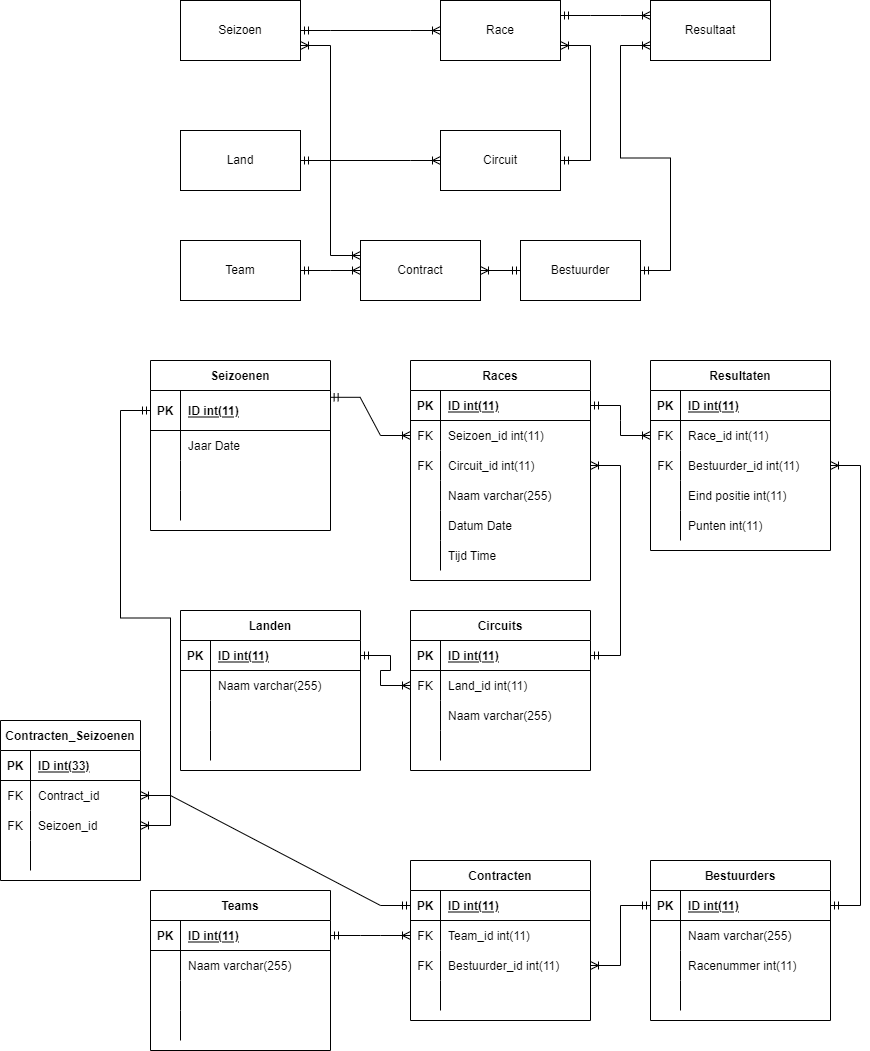
PeterVanKampen7/AO-B7-ERD keeps this draw.io diagram as F1 ERD.drawio.png. Above is the earlier version. Source tidied: cells renumbered, new cells last; positions are measured from the earlier drawing's top-left corner, leaving out a move shared by most shapes.
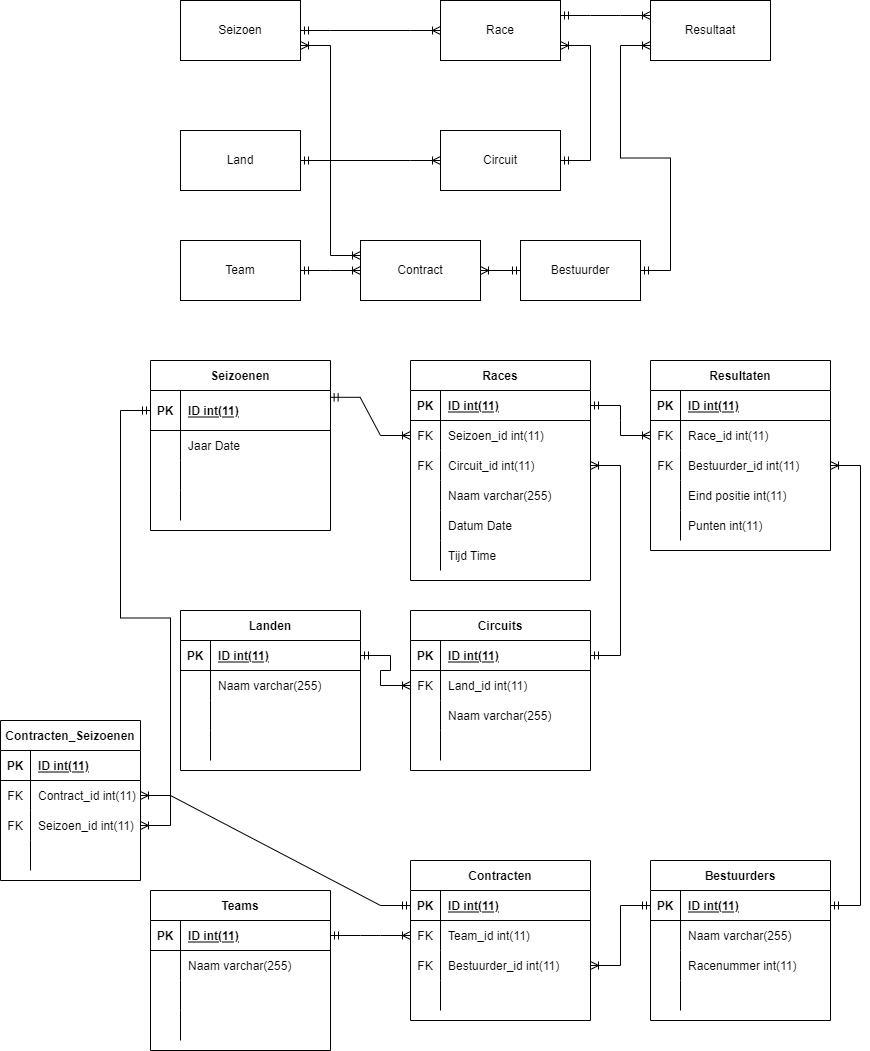
Later version of the same file.

Change to the diagram source:
```diff
@@ -419,7 +419,7 @@
     <mxCell id="140" value="PK" style="shape=partialRectangle;fillColor=none;top=0;left=0;bottom=0;right=0;fontStyle=1;overflow=hidden;" parent="139" vertex="1">
       <mxGeometry width="30" height="30" as="geometry" />
     </mxCell>
-    <mxCell id="141" value="ID int(33)" style="shape=partialRectangle;fillColor=none;top=0;left=0;bottom=0;right=0;align=left;spacingLeft=6;fontStyle=5;overflow=hidden;" parent="139" vertex="1">
+    <mxCell id="141" value="ID int(11)" style="shape=partialRectangle;fillColor=none;top=0;left=0;bottom=0;right=0;align=left;spacingLeft=6;fontStyle=5;overflow=hidden;" parent="139" vertex="1">
       <mxGeometry x="30" width="110" height="30" as="geometry" />
     </mxCell>
     <mxCell id="142" style="shape=tableRow;horizontal=0;startSize=0;swimlaneHead=0;swimlaneBody=0;fillColor=none;points=[[0,0.5],[1,0.5]];portConstraint=eastwest;top=0;left=0;right=0;bottom=0;" parent="138" vertex="1">
@@ -428,7 +428,7 @@
     <mxCell id="143" value="FK" style="shape=partialRectangle;fillColor=none;top=0;left=0;bottom=0;right=0;overflow=hidden;" parent="142" vertex="1">
       <mxGeometry width="30" height="30" as="geometry" />
     </mxCell>
-    <mxCell id="144" value="Contract_id" style="shape=partialRectangle;fillColor=none;top=0;left=0;bottom=0;right=0;align=left;spacingLeft=6;overflow=hidden;" parent="142" vertex="1">
+    <mxCell id="144" value="Contract_id int(11)" style="shape=partialRectangle;fillColor=none;top=0;left=0;bottom=0;right=0;align=left;spacingLeft=6;overflow=hidden;" parent="142" vertex="1">
       <mxGeometry x="30" width="110" height="30" as="geometry" />
     </mxCell>
     <mxCell id="145" style="shape=tableRow;horizontal=0;startSize=0;swimlaneHead=0;swimlaneBody=0;fillColor=none;points=[[0,0.5],[1,0.5]];portConstraint=eastwest;top=0;left=0;right=0;bottom=0;" parent="138" vertex="1">
@@ -437,7 +437,7 @@
     <mxCell id="146" value="FK" style="shape=partialRectangle;fillColor=none;top=0;left=0;bottom=0;right=0;overflow=hidden;" parent="145" vertex="1">
       <mxGeometry width="30" height="30" as="geometry" />
     </mxCell>
-    <mxCell id="147" value="Seizoen_id" style="shape=partialRectangle;fillColor=none;top=0;left=0;bottom=0;right=0;align=left;spacingLeft=6;overflow=hidden;" parent="145" vertex="1">
+    <mxCell id="147" value="Seizoen_id int(11)" style="shape=partialRectangle;fillColor=none;top=0;left=0;bottom=0;right=0;align=left;spacingLeft=6;overflow=hidden;" parent="145" vertex="1">
       <mxGeometry x="30" width="110" height="30" as="geometry" />
     </mxCell>
     <mxCell id="148" style="shape=tableRow;horizontal=0;startSize=0;swimlaneHead=0;swimlaneBody=0;fillColor=none;top=0;left=0;right=0;bottom=0;" parent="138" vertex="1">
```
